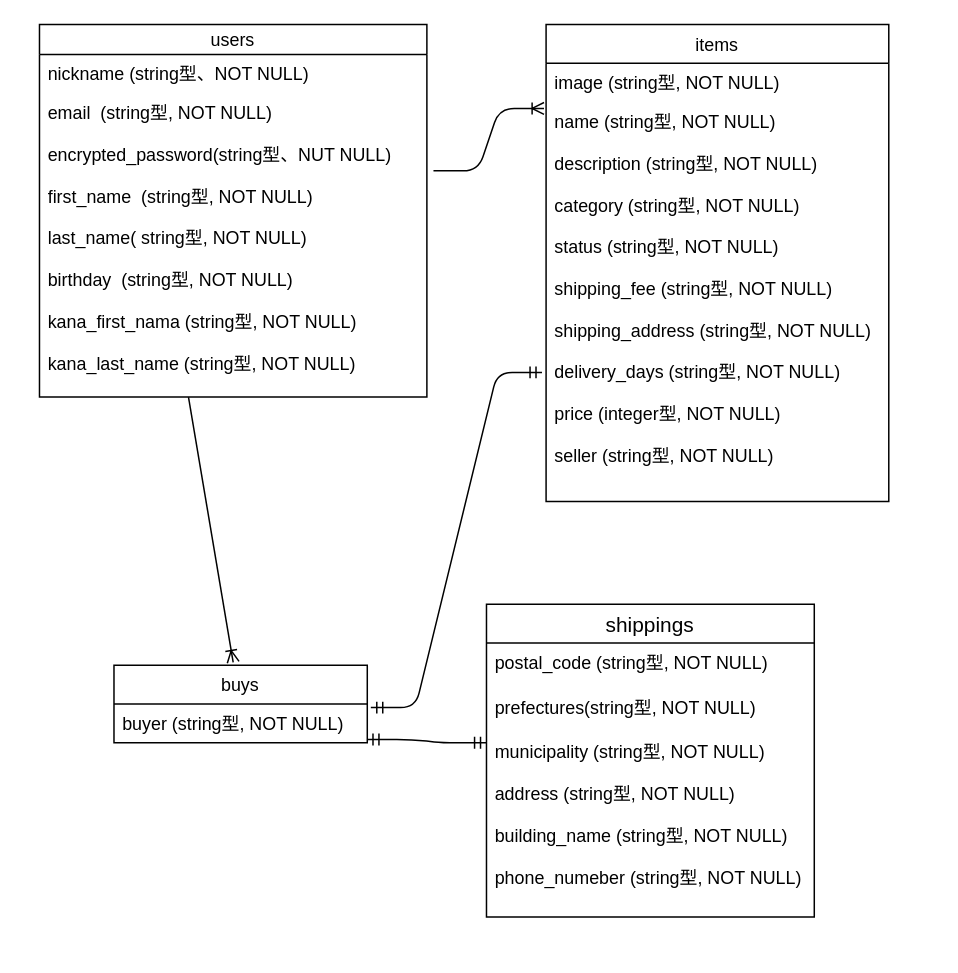
toiro1016/furima-36108 keeps this draw.io diagram as furima.dio. Above is the earlier version. Source tidied: cells renumbered, new cells numbered last; positions are measured from the earlier drawing's top-left corner, leaving out a move shared by most shapes. Both pictures are drawn from the tidied source at 149%, with x=0, y=0 at pixel (39, 24).
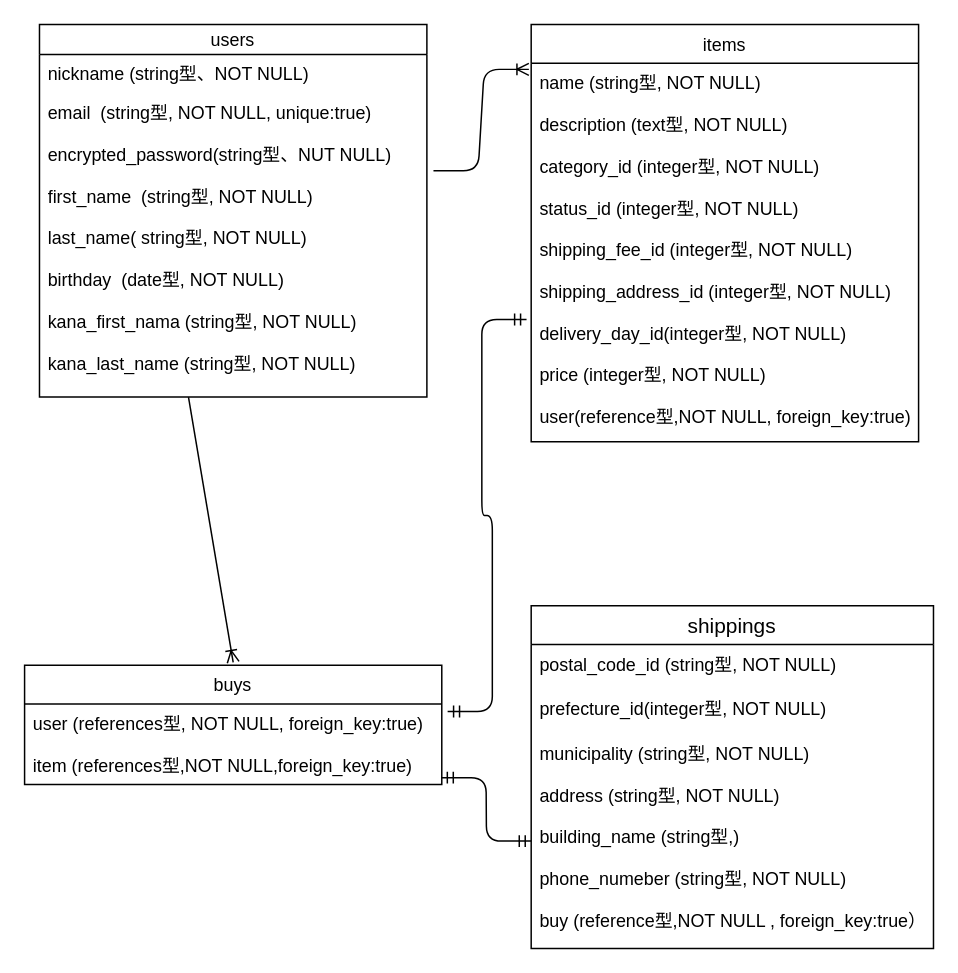
After the change.

Unchanged cells that the change refers to:
```xml
<mxCell id="2" value="users" style="swimlane;fontStyle=0;horizontal=1;startSize=20;" parent="1" vertex="1">
  <mxGeometry width="260" height="250" as="geometry" />
</mxCell>
```

What changed in the source:
```diff
@@
-    <mxCell id="4" value="email  (string型, NOT NULL)&#10;" style="text;strokeColor=none;fillColor=none;align=left;verticalAlign=top;spacingLeft=4;spacingRight=4;overflow=hidden;" parent="2" vertex="1">
+    <mxCell id="4" value="email  (string型, NOT NULL, unique:true)&#10;" style="text;strokeColor=none;fillColor=none;align=left;verticalAlign=top;spacingLeft=4;spacingRight=4;overflow=hidden;" parent="2" vertex="1">
       <mxGeometry y="46" width="260" height="28" as="geometry" />
     </mxCell>
-    <mxCell id="5" value="encrypted_password(string型、NUT NULL)&#10;&#10;first_name  (string型, NOT NULL)&#10;&#10;last_name( string型, NOT NULL)&#10;&#10;birthday  (string型, NOT NULL)&#10;&#10;kana_first_nama (string型, NOT NULL)&#10;&#10;kana_last_name (string型, NOT NULL)&#10;&#10;" style="text;strokeColor=none;fillColor=none;align=left;verticalAlign=top;spacingLeft=4;spacingRight=4;overflow=hidden;points=[[0,0.5],[1,0.5]];portConstraint=eastwest;" parent="2" vertex="1">
+    <mxCell id="5" value="encrypted_password(string型、NUT NULL)&#10;&#10;first_name  (string型, NOT NULL)&#10;&#10;last_name( string型, NOT NULL)&#10;&#10;birthday  (date型, NOT NULL)&#10;&#10;kana_first_nama (string型, NOT NULL)&#10;&#10;kana_last_name (string型, NOT NULL)&#10;&#10;" style="text;strokeColor=none;fillColor=none;align=left;verticalAlign=top;spacingLeft=4;spacingRight=4;overflow=hidden;points=[[0,0.5],[1,0.5]];portConstraint=eastwest;" parent="2" vertex="1">
       <mxGeometry y="74" width="260" height="176" as="geometry" />
     </mxCell>
     <mxCell id="6" value="items" style="swimlane;fontStyle=0;horizontal=1;startSize=26;" parent="1" vertex="1">
-      <mxGeometry x="340" width="230" height="320" as="geometry" />
+      <mxGeometry x="330" width="260" height="280" as="geometry" />
     </mxCell>
-    <mxCell id="7" value="image (string型, NOT NULL)&#10;&#10;" style="text;strokeColor=none;fillColor=none;align=left;verticalAlign=top;spacingLeft=4;spacingRight=4;overflow=hidden;" parent="6" vertex="1">
-      <mxGeometry y="26" width="230" height="26" as="geometry" />
-    </mxCell>
-    <mxCell id="8" value="name (string型, NOT NULL)&#10;&#10;description (string型, NOT NULL)&#10;&#10;category (string型, NOT NULL)&#10;&#10;status (string型, NOT NULL)&#10;&#10;shipping_fee (string型, NOT NULL)&#10;&#10;shipping_address (string型, NOT NULL)&#10;&#10;delivery_days (string型, NOT NULL)&#10;&#10;price (integer型, NOT NULL)&#10;&#10;seller (string型, NOT NULL)&#10;&#10;" style="text;strokeColor=none;fillColor=none;align=left;verticalAlign=top;spacingLeft=4;spacingRight=4;overflow=hidden;points=[[0,0.5],[1,0.5]];portConstraint=eastwest;" parent="6" vertex="1">
-      <mxGeometry y="52" width="230" height="268" as="geometry" />
+    <mxCell id="8" value="name (string型, NOT NULL)&#10;&#10;description (text型, NOT NULL)&#10;&#10;category_id (integer型, NOT NULL)&#10;&#10;status_id (integer型, NOT NULL)&#10;&#10;shipping_fee_id (integer型, NOT NULL)&#10;&#10;shipping_address_id (integer型, NOT NULL)&#10;&#10;delivery_day_id(integer型, NOT NULL)&#10;&#10;price (integer型, NOT NULL)&#10;&#10;user(reference型,NOT NULL, foreign_key:true)&#10;" style="text;strokeColor=none;fillColor=none;align=left;verticalAlign=top;spacingLeft=4;spacingRight=4;overflow=hidden;points=[[0,0.5],[1,0.5]];portConstraint=eastwest;" parent="6" vertex="1">
+      <mxGeometry y="26" width="260" height="254" as="geometry" />
     </mxCell>
     <mxCell id="9" value="buys" style="swimlane;fontStyle=0;horizontal=1;startSize=26;" parent="1" vertex="1">
-      <mxGeometry x="50" y="430" width="170" height="52" as="geometry" />
+      <mxGeometry x="-10" y="430" width="280" height="80" as="geometry" />
     </mxCell>
-    <mxCell id="10" value="buyer (string型, NOT NULL)" style="text;strokeColor=none;fillColor=none;align=left;verticalAlign=top;spacingLeft=4;spacingRight=4;overflow=hidden;points=[[0,0.5],[1,0.5]];portConstraint=eastwest;" parent="9" vertex="1">
-      <mxGeometry y="26" width="170" height="26" as="geometry" />
+    <mxCell id="10" value="user (references型, NOT NULL, foreign_key:true)&#10;&#10;item (references型,NOT NULL,foreign_key:true)" style="text;strokeColor=none;fillColor=none;align=left;verticalAlign=top;spacingLeft=4;spacingRight=4;overflow=hidden;points=[[0,0.5],[1,0.5]];portConstraint=eastwest;" parent="9" vertex="1">
+      <mxGeometry y="26" width="280" height="54" as="geometry" />
     </mxCell>
     <mxCell id="11" value="shippings" style="swimlane;fontStyle=0;horizontal=1;startSize=26;align=center;fontSize=14;" parent="1" vertex="1">
-      <mxGeometry x="300" y="389" width="220" height="210" as="geometry" />
+      <mxGeometry x="330" y="390" width="270" height="230" as="geometry" />
     </mxCell>
-    <mxCell id="12" value="postal_code (string型, NOT NULL)&#10;&#10;" style="text;strokeColor=none;fillColor=none;spacingLeft=4;spacingRight=4;overflow=hidden;fontSize=12;" parent="11" vertex="1">
-      <mxGeometry y="26" width="220" height="30" as="geometry" />
+    <mxCell id="12" value="postal_code_id (string型, NOT NULL)&#10;&#10;" style="text;strokeColor=none;fillColor=none;spacingLeft=4;spacingRight=4;overflow=hidden;fontSize=12;" parent="11" vertex="1">
+      <mxGeometry y="26" width="270" height="30" as="geometry" />
     </mxCell>
-    <mxCell id="13" value="prefectures(string型, NOT NULL)" style="text;strokeColor=none;fillColor=none;spacingLeft=4;spacingRight=4;overflow=hidden;fontSize=12;" parent="11" vertex="1">
-      <mxGeometry y="56" width="220" height="30" as="geometry" />
+    <mxCell id="13" value="prefecture_id(integer型, NOT NULL)" style="text;strokeColor=none;fillColor=none;spacingLeft=4;spacingRight=4;overflow=hidden;fontSize=12;" parent="11" vertex="1">
+      <mxGeometry y="56" width="270" height="30" as="geometry" />
     </mxCell>
-    <mxCell id="14" value="municipality (string型, NOT NULL)&#10;&#10;address (string型, NOT NULL)&#10;&#10;building_name (string型, NOT NULL)&#10;&#10;phone_numeber (string型, NOT NULL)" style="text;strokeColor=none;fillColor=none;spacingLeft=4;spacingRight=4;overflow=hidden;points=[[0,0.5],[1,0.5]];portConstraint=eastwest;fontSize=12;" parent="11" vertex="1">
-      <mxGeometry y="86" width="220" height="124" as="geometry" />
+    <mxCell id="14" value="municipality (string型, NOT NULL)&#10;&#10;address (string型, NOT NULL)&#10;&#10;building_name (string型,)&#10;&#10;phone_numeber (string型, NOT NULL)&#10;&#10;buy (reference型,NOT NULL , foreign_key:true）" style="text;strokeColor=none;fillColor=none;spacingLeft=4;spacingRight=4;overflow=hidden;points=[[0,0.5],[1,0.5]];portConstraint=eastwest;fontSize=12;" parent="11" vertex="1">
+      <mxGeometry y="86" width="270" height="144" as="geometry" />
     </mxCell>
@@
-    <mxCell id="17" style="edgeStyle=entityRelationEdgeStyle;fontSize=12;html=1;endArrow=ERmandOne;startArrow=ERmandOne;exitX=0.999;exitY=0.915;exitDx=0;exitDy=0;exitPerimeter=0;" parent="1" edge="1" source="10">
-      <mxGeometry relative="1" as="geometry">
-        <mxPoint x="300" y="482" as="targetPoint" />
-      </mxGeometry>
+    <mxCell id="17" style="edgeStyle=entityRelationEdgeStyle;fontSize=12;html=1;endArrow=ERmandOne;startArrow=ERmandOne;exitX=0.999;exitY=0.915;exitDx=0;exitDy=0;exitPerimeter=0;" parent="1" edge="1" source="10" target="14">
+      <mxGeometry relative="1" as="geometry" />
     </mxCell>
```
